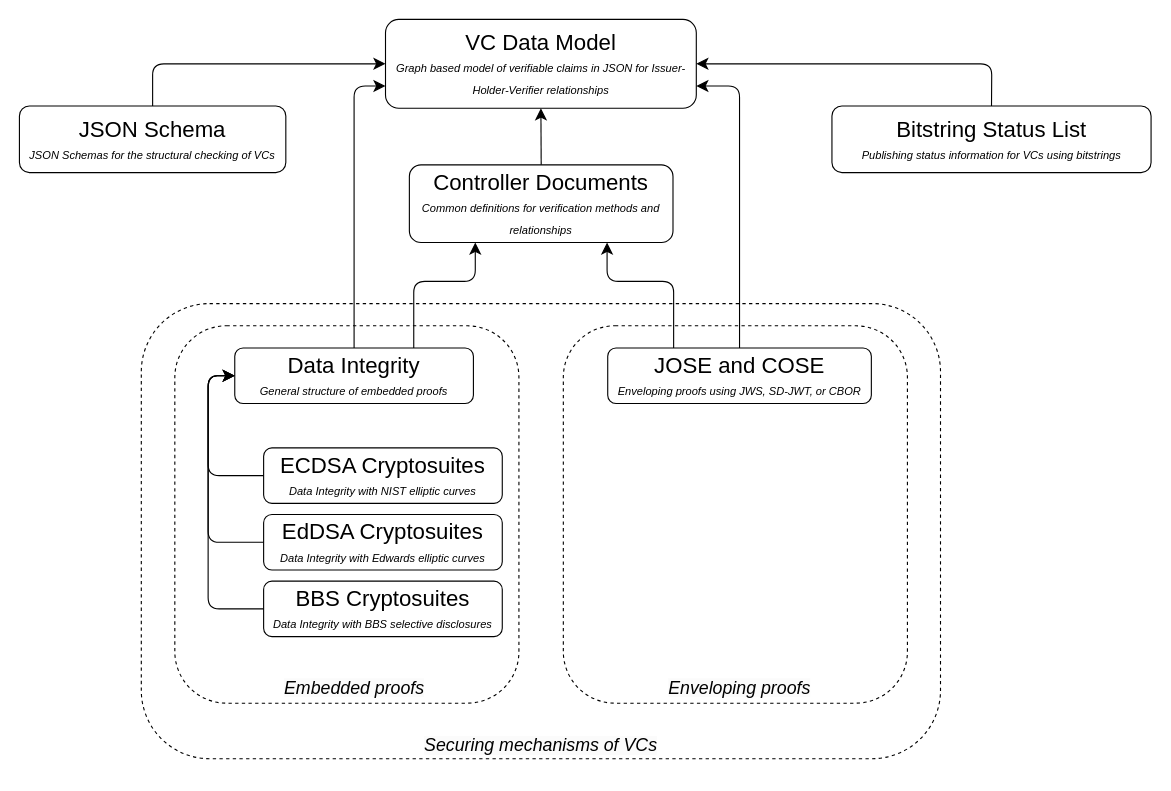
Earlier version of the draw.io diagram diagrams/VCWG_specifications.drawio (w3c/vc-overview). Source tidied: cells renumbered, new cells numbered last; positions are measured from the earlier drawing's top-left corner, leaving out a move shared by most shapes. Both pictures are drawn from the tidied source at 111%, with x=0, y=0 at pixel (19, 19).
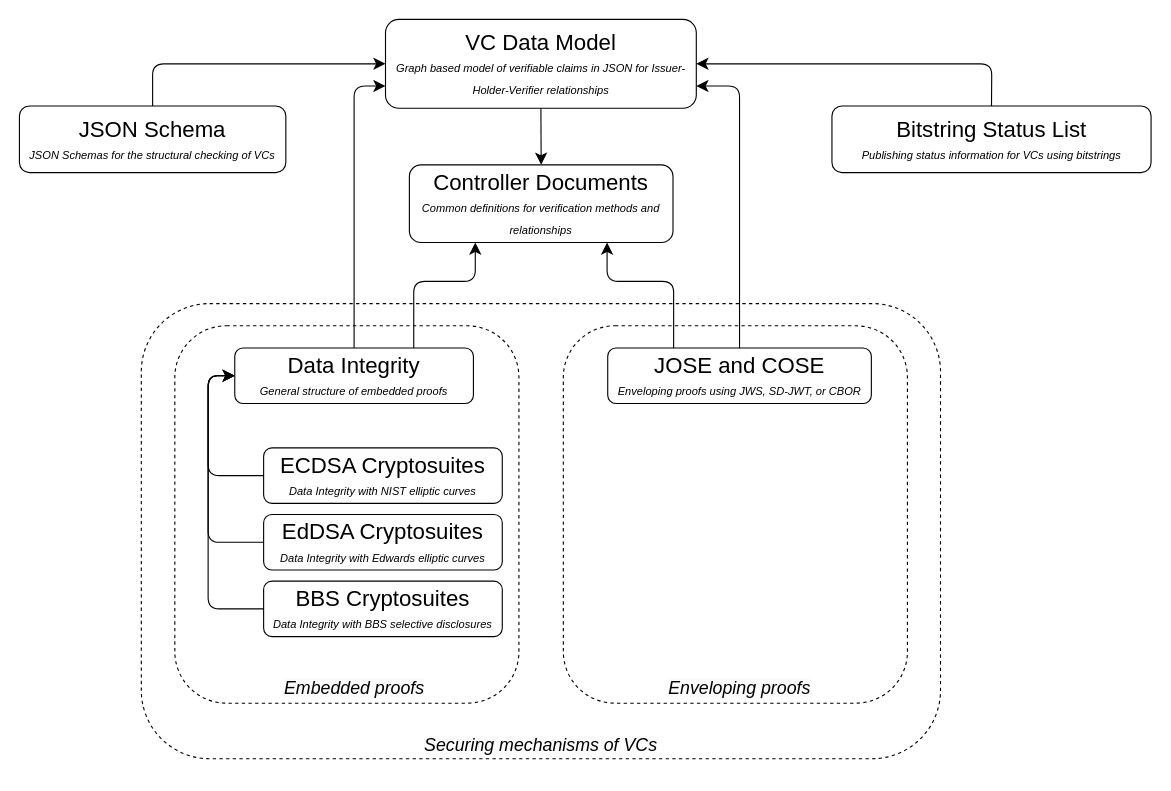
Above is the later version.

Commit message (it also covers changes not shown here):
Updated overall diagram

Unchanged cells that the change refers to:
```xml
<mxCell id="19" value="&lt;font style=&quot;&quot;&gt;&lt;span style=&quot;font-size: 20px;&quot;&gt;Controller Documents&lt;/span&gt;&lt;/font&gt;&lt;div&gt;&lt;font style=&quot;&quot;&gt;&lt;i style=&quot;font-size: 10px;&quot;&gt;Common definitions for verification methods and relationships&lt;/i&gt;&lt;br&gt;&lt;/font&gt;&lt;/div&gt;" style="rounded=1;whiteSpace=wrap;html=1;fontSize=16;labelBackgroundColor=none;fillColor=none;" parent="1" vertex="1">
  <mxGeometry x="351.3" y="131" width="237.5" height="70" as="geometry" />
</mxCell>
<mxCell id="20" value="&lt;font style=&quot;font-size: 20px;&quot;&gt;VC Data Model&lt;/font&gt;&lt;br&gt;&lt;font style=&quot;font-size: 10px;&quot;&gt;&lt;i&gt;Graph based model of verifiable claims in JSON for Issuer-Holder-Verifier relationships&lt;/i&gt;&lt;/font&gt;" style="rounded=1;whiteSpace=wrap;html=1;fontSize=16;labelBackgroundColor=none;fillColor=none;" parent="1" vertex="1">
  <mxGeometry x="329.8" width="280" height="80" as="geometry" />
</mxCell>
```

Change to the diagram source:
```diff
@@
-    <mxCell id="18" style="edgeStyle=none;curved=1;rounded=0;jettySize=auto;html=1;exitX=0.5;exitY=0;exitDx=0;exitDy=0;entryX=0.5;entryY=1;entryDx=0;entryDy=0;fontSize=12;startSize=8;endSize=8;" parent="1" edge="1" source="19" target="20">
+    <mxCell id="18" style="edgeStyle=none;curved=1;rounded=0;jettySize=auto;html=1;exitX=0.5;exitY=0;exitDx=0;exitDy=0;entryX=0.5;entryY=1;entryDx=0;entryDy=0;fontSize=12;startSize=8;endSize=8;startArrow=classic;startFill=1;endArrow=none;endFill=0;" parent="1" edge="1" source="19" target="20">
       <mxGeometry relative="1" as="geometry" />
     </mxCell>
```
